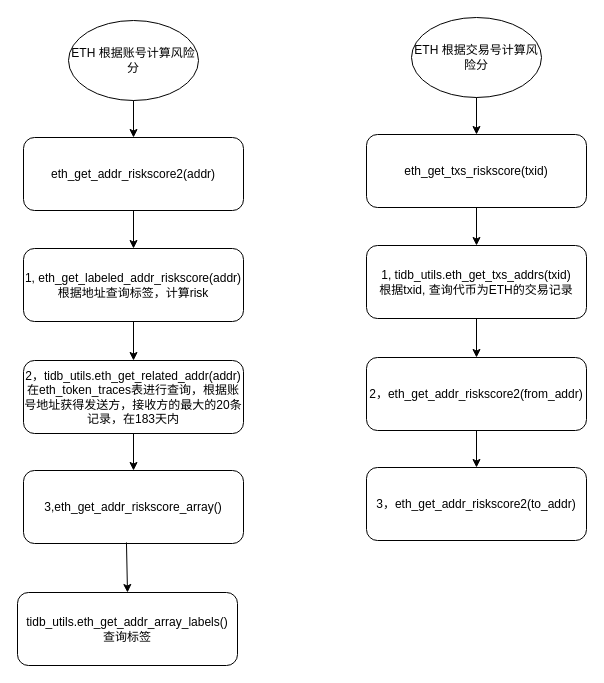
The draw.io diagram page "Page-1" (1 of 2) of bigdata-study/计算风险分.drawio in cxinping/bigdata, before the edit. Source tidied: cells renumbered, new cells numbered last; positions are measured from the earlier drawing's top-left corner, leaving out a move shared by most shapes. Both pictures are drawn from the tidied source at 100%, with x=0, y=0 at pixel (17, 17).
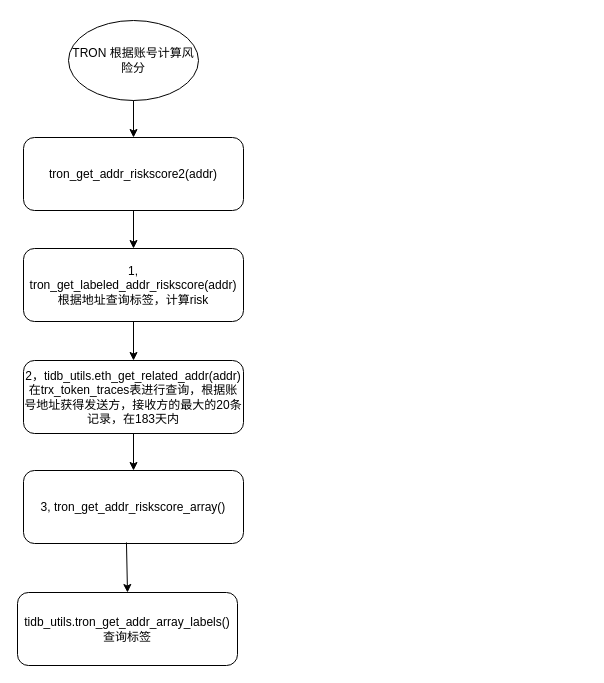
Above is the later version.

Diff of the diagram source:
```diff
@@
-    <mxCell id="2" value="ETH 根据账号计算风险分 " style="ellipse;whiteSpace=wrap;html=1;" parent="1" vertex="1">
+    <mxCell id="2" value="TRON 根据账号计算风险分 " style="ellipse;whiteSpace=wrap;html=1;" parent="1" vertex="1">
       <mxGeometry x="51" y="3" width="130" height="80" as="geometry" />
     </mxCell>
-    <mxCell id="3" value="eth_get_addr_riskscore2(addr)" style="rounded=1;whiteSpace=wrap;html=1;" parent="1" vertex="1">
+    <mxCell id="3" value="tron_get_addr_riskscore2(addr)" style="rounded=1;whiteSpace=wrap;html=1;" parent="1" vertex="1">
       <mxGeometry x="6" y="120" width="220" height="73" as="geometry" />
     </mxCell>
@@
-    <mxCell id="5" value="1, eth_get_labeled_addr_riskscore(addr)&lt;br&gt;根据地址查询标签，计算risk" style="rounded=1;whiteSpace=wrap;html=1;" parent="1" vertex="1">
+    <mxCell id="5" value="1, tron_get_labeled_addr_riskscore(addr)&lt;br&gt;根据地址查询标签，计算risk" style="rounded=1;whiteSpace=wrap;html=1;" parent="1" vertex="1">
       <mxGeometry x="6" y="231" width="220" height="73" as="geometry" />
     </mxCell>
@@
-    <mxCell id="7" value="&lt;div&gt;2，tidb_utils.eth_get_related_addr(addr)&lt;/div&gt;&lt;div&gt;在eth_token_traces表进行查询，根据账号地址获得发送方，接收方的最大的20条记录，在183天内&lt;br&gt;&lt;/div&gt;" style="rounded=1;whiteSpace=wrap;html=1;" parent="1" vertex="1">
+    <mxCell id="7" value="&lt;div&gt;2，tidb_utils.eth_get_related_addr(addr)&lt;/div&gt;&lt;div&gt;在trx_token_traces表进行查询，根据账号地址获得发送方，接收方的最大的20条记录，在183天内&lt;br&gt;&lt;/div&gt;" style="rounded=1;whiteSpace=wrap;html=1;" parent="1" vertex="1">
       <mxGeometry x="6" y="343" width="220" height="73" as="geometry" />
     </mxCell>
@@
-    <mxCell id="9" value="3,eth_get_addr_riskscore_array()" style="rounded=1;whiteSpace=wrap;html=1;" parent="1" vertex="1">
+    <mxCell id="9" value="3, tron_get_addr_riskscore_array()" style="rounded=1;whiteSpace=wrap;html=1;" parent="1" vertex="1">
       <mxGeometry x="6" y="453" width="220" height="73" as="geometry" />
     </mxCell>
@@
-    <mxCell id="11" value="tidb_utils.eth_get_addr_array_labels()&lt;br&gt;查询标签" style="rounded=1;whiteSpace=wrap;html=1;" parent="1" vertex="1">
+    <mxCell id="11" value="tidb_utils.tron_get_addr_array_labels()&lt;br&gt;查询标签" style="rounded=1;whiteSpace=wrap;html=1;" parent="1" vertex="1">
       <mxGeometry y="575" width="220" height="73" as="geometry" />
     </mxCell>
@@
-    <mxCell id="13" value="ETH 根据交易号计算风险分 " style="ellipse;whiteSpace=wrap;html=1;" parent="1" vertex="1">
-      <mxGeometry x="394" width="130" height="80" as="geometry" />
-    </mxCell>
-    <mxCell id="14" value="eth_get_txs_riskscore(txid)" style="rounded=1;whiteSpace=wrap;html=1;" parent="1" vertex="1">
-      <mxGeometry x="349" y="117" width="220" height="73" as="geometry" />
-    </mxCell>
-    <mxCell id="15" style="endArrow=classic;html=1;exitX=0.5;exitY=1;exitDx=0;exitDy=0;entryX=0.5;entryY=0;entryDx=0;entryDy=0;" parent="1" edge="1" source="13" target="14">
-      <mxGeometry relative="1" as="geometry" />
-    </mxCell>
-    <mxCell id="16" value="1, tidb_utils.eth_get_txs_addrs(txid)&lt;br&gt;根据txid, 查询代币为ETH的交易记录" style="rounded=1;whiteSpace=wrap;html=1;" parent="1" vertex="1">
-      <mxGeometry x="349" y="228" width="220" height="73" as="geometry" />
-    </mxCell>
-    <mxCell id="17" style="endArrow=classic;html=1;exitX=0.5;exitY=1;exitDx=0;exitDy=0;entryX=0.5;entryY=0;entryDx=0;entryDy=0;" parent="1" edge="1" source="14" target="16">
-      <mxGeometry relative="1" as="geometry" />
-    </mxCell>
-    <mxCell id="18" value="&lt;div&gt;2，eth_get_addr_riskscore2(from_addr)&lt;/div&gt;" style="rounded=1;whiteSpace=wrap;html=1;" parent="1" vertex="1">
-      <mxGeometry x="349" y="340" width="220" height="73" as="geometry" />
-    </mxCell>
-    <mxCell id="19" style="endArrow=classic;html=1;exitX=0.5;exitY=1;exitDx=0;exitDy=0;entryX=0.5;entryY=0;entryDx=0;entryDy=0;" parent="1" edge="1" source="16" target="18">
-      <mxGeometry relative="1" as="geometry" />
-    </mxCell>
-    <mxCell id="20" value="3，eth_get_addr_riskscore2(to_addr)" style="rounded=1;whiteSpace=wrap;html=1;" parent="1" vertex="1">
-      <mxGeometry x="349" y="450" width="220" height="73" as="geometry" />
-    </mxCell>
-    <mxCell id="21" style="endArrow=classic;html=1;exitX=0.5;exitY=1;exitDx=0;exitDy=0;entryX=0.5;entryY=0;entryDx=0;entryDy=0;entryPerimeter=0;" parent="1" edge="1" source="18" target="20">
-      <mxGeometry relative="1" as="geometry" />
-    </mxCell>
```
